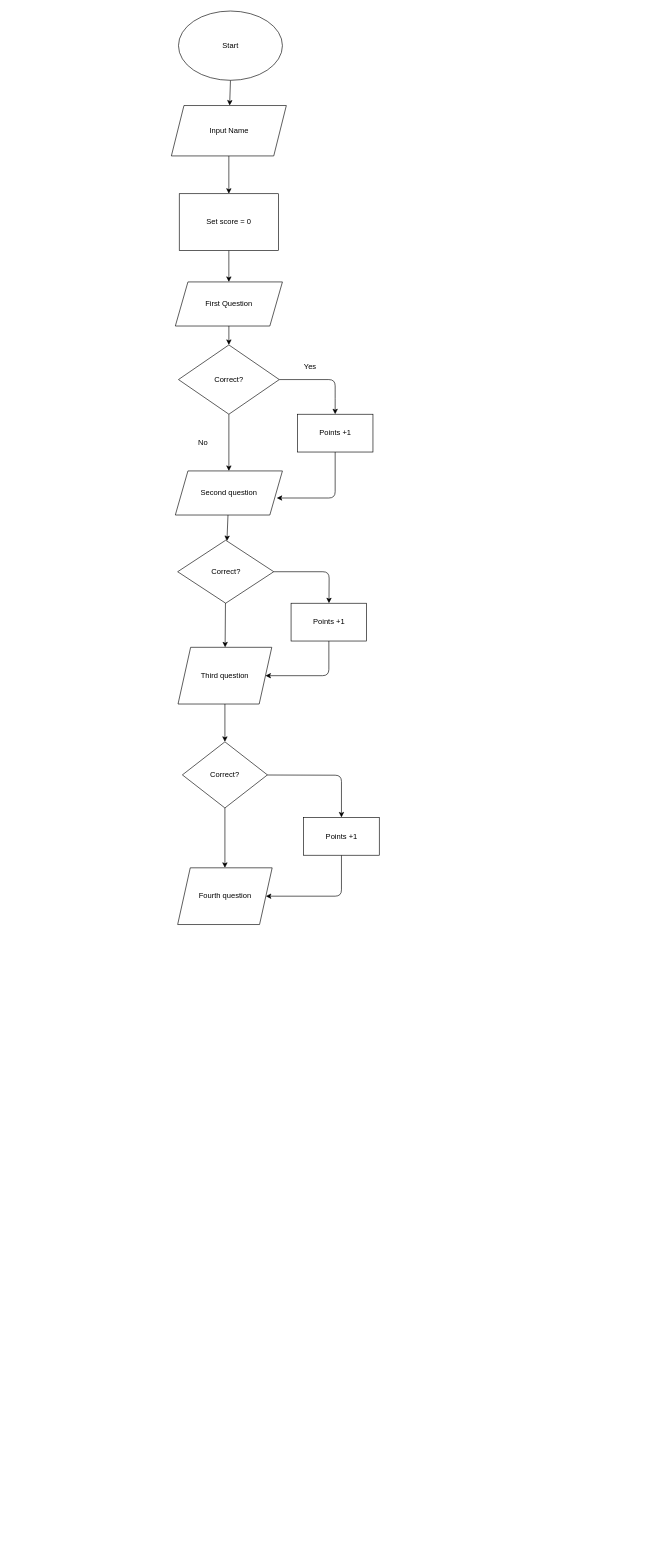
The draw.io diagram flowchart.drawio in ASDAH-Digtal/level-1-python-quiz-Vinz-A, before the edit. Source tidied: cells renumbered, new cells numbered last; positions are measured from the earlier drawing's top-left corner, leaving out a move shared by most shapes. Both pictures are drawn from the tidied source at 63%, with x=0, y=0 at pixel (171, 11).
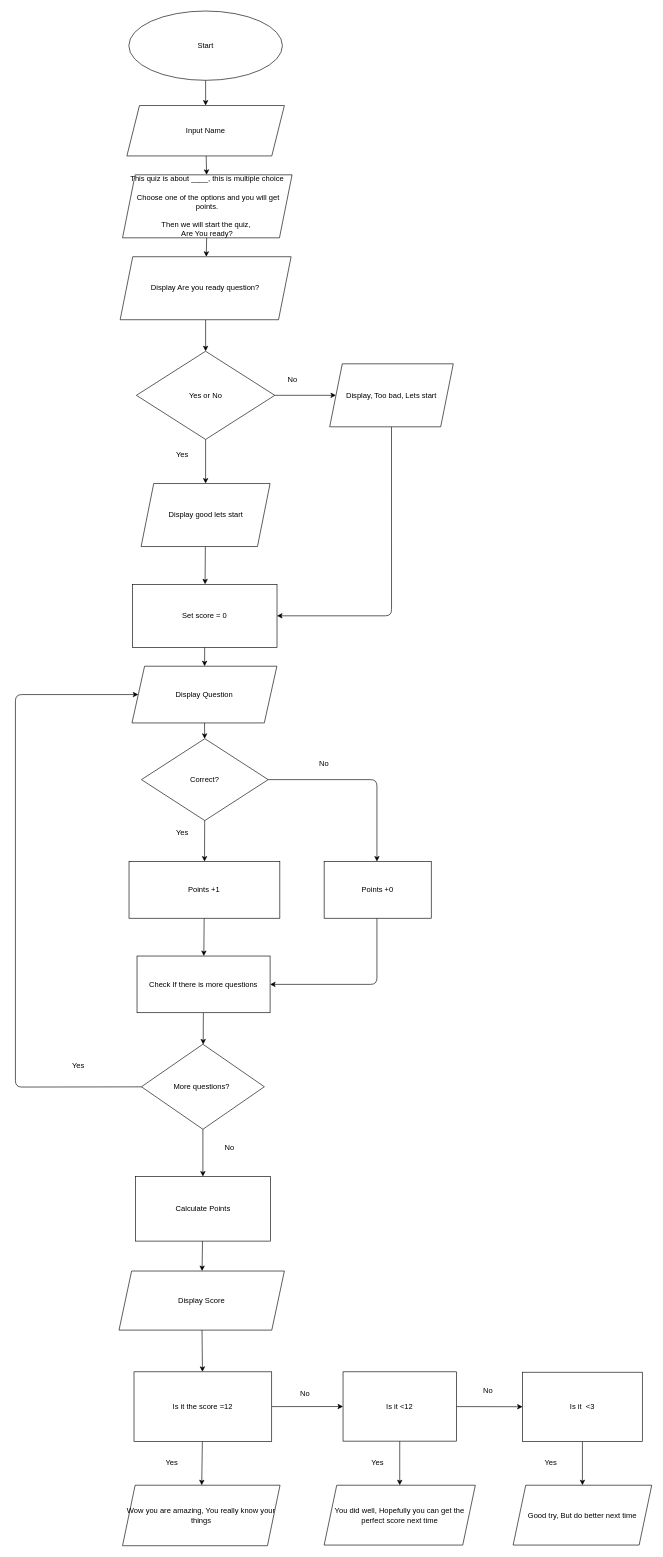
The same page after the edit.

Commit message:
Worked alot on Flowchart

Diff of the diagram source:
```diff
@@
     <mxCell id="3" value="Start" style="ellipse;whiteSpace=wrap;html=1;" parent="1" vertex="1">
-      <mxGeometry x="10.8" width="165" height="110" as="geometry" />
+      <mxGeometry x="-68" width="243.8" height="110" as="geometry" />
     </mxCell>
-    <mxCell id="4" style="edgeStyle=none;html=1;" parent="1" edge="1" source="5" target="7">
-      <mxGeometry relative="1" as="geometry" />
-    </mxCell>
+    <mxCell id="32" style="edgeStyle=none;html=1;" parent="1" edge="1" source="5" target="4">
+      <mxGeometry relative="1" as="geometry" />
+    </mxCell>
     <mxCell id="5" value="Input Name" style="shape=parallelogram;perimeter=parallelogramPerimeter;whiteSpace=wrap;html=1;fixedSize=1;" parent="1" vertex="1">
-      <mxGeometry x="-0.5" y="150" width="182.5" height="80" as="geometry" />
+      <mxGeometry x="-71.1" y="150" width="250" height="80" as="geometry" />
     </mxCell>
-    <mxCell id="6" style="edgeStyle=none;html=1;exitX=0.5;exitY=1;exitDx=0;exitDy=0;" parent="1" edge="1" source="7" target="9">
+    <mxCell id="6" style="edgeStyle=none;html=1;" parent="1" edge="1" source="7" target="9">
       <mxGeometry relative="1" as="geometry" />
     </mxCell>
     <mxCell id="7" value="Set score = 0" style="rounded=0;whiteSpace=wrap;html=1;" parent="1" vertex="1">
-      <mxGeometry x="12" y="290" width="157.5" height="90" as="geometry" />
+      <mxGeometry x="-61.9" y="910" width="229.1" height="100" as="geometry" />
     </mxCell>
@@
-    <mxCell id="9" value="First Question" style="shape=parallelogram;perimeter=parallelogramPerimeter;whiteSpace=wrap;html=1;fixedSize=1;" parent="1" vertex="1">
-      <mxGeometry x="5.8" y="430" width="170" height="70" as="geometry" />
+    <mxCell id="9" value="Display Question" style="shape=parallelogram;perimeter=parallelogramPerimeter;whiteSpace=wrap;html=1;fixedSize=1;" parent="1" vertex="1">
+      <mxGeometry x="-63" y="1040" width="230" height="90" as="geometry" />
     </mxCell>
-    <mxCell id="10" style="edgeStyle=none;html=1;" parent="1" edge="1" source="12" target="14">
-      <mxGeometry relative="1" as="geometry">
-        <Array as="points">
-          <mxPoint x="259.5" y="585" />
-          <mxPoint x="259.5" y="605" />
-        </Array>
-      </mxGeometry>
-    </mxCell>
-    <mxCell id="11" style="edgeStyle=none;html=1;" parent="1" edge="1" source="12" target="16">
-      <mxGeometry relative="1" as="geometry" />
-    </mxCell>
+    <mxCell id="33" style="edgeStyle=none;html=1;" parent="1" edge="1" source="12" target="38">
+      <mxGeometry relative="1" as="geometry" />
+    </mxCell>
+    <mxCell id="34" style="edgeStyle=none;html=1;" parent="1" edge="1" source="12">
+      <mxGeometry relative="1" as="geometry">
+        <mxPoint x="325.8" y="1350" as="targetPoint" />
+        <Array as="points">
+          <mxPoint x="325.8" y="1220" />
+        </Array>
+      </mxGeometry>
+    </mxCell>
     <mxCell id="12" value="Correct?" style="rhombus;whiteSpace=wrap;html=1;" parent="1" vertex="1">
-      <mxGeometry x="10.8" y="530" width="160" height="110" as="geometry" />
+      <mxGeometry x="-48" y="1155" width="201.2" height="130" as="geometry" />
     </mxCell>
-    <mxCell id="13" style="edgeStyle=none;html=1;entryX=0.947;entryY=0.614;entryDx=0;entryDy=0;entryPerimeter=0;" parent="1" edge="1" source="14" target="16">
-      <mxGeometry relative="1" as="geometry">
-        <Array as="points">
-          <mxPoint x="259.5" y="773" />
-        </Array>
-      </mxGeometry>
-    </mxCell>
+    <mxCell id="35" style="edgeStyle=none;html=1;entryX=1;entryY=0.5;entryDx=0;entryDy=0;" parent="1" edge="1" target="41">
+      <mxGeometry relative="1" as="geometry">
+        <mxPoint x="325.8" y="1440" as="sourcePoint" />
+        <Array as="points">
+          <mxPoint x="325.8" y="1545" />
+        </Array>
+      </mxGeometry>
+    </mxCell>
-    <mxCell id="14" value="Points +1" style="whiteSpace=wrap;html=1;" parent="1" vertex="1">
-      <mxGeometry x="199.5" y="640" width="120" height="60" as="geometry" />
+    <mxCell id="14" value="Points +0" style="whiteSpace=wrap;html=1;" parent="1" vertex="1">
+      <mxGeometry x="242" y="1350" width="170" height="90" as="geometry" />
     </mxCell>
-    <mxCell id="15" style="edgeStyle=none;html=1;" parent="1" edge="1" source="16" target="21">
-      <mxGeometry relative="1" as="geometry" />
-    </mxCell>
-    <mxCell id="16" value="Second question" style="shape=parallelogram;perimeter=parallelogramPerimeter;whiteSpace=wrap;html=1;fixedSize=1;" parent="1" vertex="1">
-      <mxGeometry x="5.8" y="730" width="170" height="70" as="geometry" />
-    </mxCell>
     <mxCell id="17" value="Yes" style="text;html=1;strokeColor=none;fillColor=none;align=center;verticalAlign=middle;whiteSpace=wrap;rounded=0;" parent="1" vertex="1">
-      <mxGeometry x="189.5" y="550" width="60" height="30" as="geometry" />
+      <mxGeometry x="-13" y="1290" width="60" height="30" as="geometry" />
     </mxCell>
-    <mxCell id="18" value="No" style="text;html=1;strokeColor=none;fillColor=none;align=center;verticalAlign=middle;whiteSpace=wrap;rounded=0;" parent="1" vertex="1">
-      <mxGeometry x="19.5" y="670" width="60" height="30" as="geometry" />
-    </mxCell>
-    <mxCell id="19" style="edgeStyle=none;html=1;" parent="1" edge="1" source="21" target="23">
-      <mxGeometry relative="1" as="geometry">
-        <Array as="points">
-          <mxPoint x="250" y="890" />
-        </Array>
-      </mxGeometry>
-    </mxCell>
-    <mxCell id="20" style="edgeStyle=none;html=1;" parent="1" edge="1" source="21" target="25">
-      <mxGeometry relative="1" as="geometry" />
-    </mxCell>
-    <mxCell id="21" value="Correct?" style="rhombus;whiteSpace=wrap;html=1;" parent="1" vertex="1">
-      <mxGeometry x="9.5" y="840" width="152.5" height="100" as="geometry" />
-    </mxCell>
-    <mxCell id="22" style="edgeStyle=none;html=1;entryX=1;entryY=0.5;entryDx=0;entryDy=0;" parent="1" edge="1" source="23" target="25">
-      <mxGeometry relative="1" as="geometry">
-        <Array as="points">
-          <mxPoint x="249.5" y="1055" />
-        </Array>
-      </mxGeometry>
-    </mxCell>
-    <mxCell id="23" value="Points +1" style="whiteSpace=wrap;html=1;" parent="1" vertex="1">
-      <mxGeometry x="189.5" y="940" width="120" height="60" as="geometry" />
-    </mxCell>
-    <mxCell id="24" style="edgeStyle=none;html=1;" parent="1" edge="1" source="25" target="28">
-      <mxGeometry relative="1" as="geometry" />
-    </mxCell>
-    <mxCell id="25" value="Third question" style="shape=parallelogram;perimeter=parallelogramPerimeter;whiteSpace=wrap;html=1;fixedSize=1;" parent="1" vertex="1">
-      <mxGeometry x="10.1" y="1010" width="148.8" height="90" as="geometry" />
-    </mxCell>
-    <mxCell id="26" style="edgeStyle=none;html=1;" parent="1" edge="1" source="28" target="30">
-      <mxGeometry relative="1" as="geometry">
-        <Array as="points">
-          <mxPoint x="269.5" y="1213" />
-        </Array>
-      </mxGeometry>
-    </mxCell>
-    <mxCell id="27" style="edgeStyle=none;html=1;" parent="1" edge="1" source="28" target="31">
-      <mxGeometry relative="1" as="geometry" />
-    </mxCell>
-    <mxCell id="28" value="Correct?" style="rhombus;whiteSpace=wrap;html=1;" parent="1" vertex="1">
-      <mxGeometry x="17" y="1160" width="135" height="105" as="geometry" />
-    </mxCell>
-    <mxCell id="29" style="edgeStyle=none;html=1;exitX=0.5;exitY=1;exitDx=0;exitDy=0;entryX=1;entryY=0.5;entryDx=0;entryDy=0;" parent="1" edge="1" source="30" target="31">
-      <mxGeometry relative="1" as="geometry">
-        <Array as="points">
-          <mxPoint x="269.5" y="1405" />
-        </Array>
-      </mxGeometry>
-    </mxCell>
-    <mxCell id="30" value="Points +1" style="whiteSpace=wrap;html=1;" parent="1" vertex="1">
-      <mxGeometry x="209.5" y="1280" width="120" height="60" as="geometry" />
-    </mxCell>
-    <mxCell id="31" value="Fourth question" style="shape=parallelogram;perimeter=parallelogramPerimeter;whiteSpace=wrap;html=1;fixedSize=1;" parent="1" vertex="1">
-      <mxGeometry x="9.5" y="1360" width="150" height="90" as="geometry" />
-    </mxCell>
+    <mxCell id="36" style="edgeStyle=none;html=1;" parent="1" edge="1" source="4" target="43">
+      <mxGeometry relative="1" as="geometry" />
+    </mxCell>
+    <mxCell id="4" value="This quiz is about ____, this is multiple choice&lt;br&gt;&lt;br&gt;&amp;nbsp;Choose one of the options and you will get points.&lt;br&gt;&lt;br&gt;Then we will start the quiz,&amp;nbsp;&lt;br&gt;Are You ready?" style="shape=parallelogram;perimeter=parallelogramPerimeter;whiteSpace=wrap;html=1;fixedSize=1;" parent="1" vertex="1">
+      <mxGeometry x="-78" y="260" width="269.1" height="100" as="geometry" />
+    </mxCell>
+    <mxCell id="37" style="edgeStyle=none;html=1;" parent="1" edge="1" source="38" target="41">
+      <mxGeometry relative="1" as="geometry" />
+    </mxCell>
+    <mxCell id="38" value="Points +1" style="rounded=0;whiteSpace=wrap;html=1;" parent="1" vertex="1">
+      <mxGeometry x="-67.7" y="1350" width="239.4" height="90" as="geometry" />
+    </mxCell>
+    <mxCell id="39" value="No" style="text;html=1;strokeColor=none;fillColor=none;align=center;verticalAlign=middle;whiteSpace=wrap;rounded=0;" parent="1" vertex="1">
+      <mxGeometry x="212" y="1180" width="60" height="30" as="geometry" />
+    </mxCell>
+    <mxCell id="40" style="edgeStyle=none;html=1;" parent="1" edge="1" source="41" target="55">
+      <mxGeometry relative="1" as="geometry" />
+    </mxCell>
+    <mxCell id="41" value="Check If there is more questions" style="whiteSpace=wrap;html=1;" parent="1" vertex="1">
+      <mxGeometry x="-55" y="1500" width="211.2" height="90" as="geometry" />
+    </mxCell>
+    <mxCell id="42" style="edgeStyle=none;html=1;" parent="1" edge="1" source="43" target="46">
+      <mxGeometry relative="1" as="geometry" />
+    </mxCell>
+    <mxCell id="43" value="Display Are you ready question?" style="shape=parallelogram;perimeter=parallelogramPerimeter;whiteSpace=wrap;html=1;fixedSize=1;" parent="1" vertex="1">
+      <mxGeometry x="-81.8" y="390" width="271.4" height="100" as="geometry" />
+    </mxCell>
+    <mxCell id="44" style="edgeStyle=none;html=1;" parent="1" edge="1" source="46" target="48">
+      <mxGeometry relative="1" as="geometry" />
+    </mxCell>
+    <mxCell id="45" style="edgeStyle=none;html=1;" parent="1" edge="1" source="46" target="50">
+      <mxGeometry relative="1" as="geometry" />
+    </mxCell>
+    <mxCell id="46" value="Yes or No" style="rhombus;whiteSpace=wrap;html=1;" parent="1" vertex="1">
+      <mxGeometry x="-56" y="540" width="219.7" height="140" as="geometry" />
+    </mxCell>
+    <mxCell id="47" style="edgeStyle=none;html=1;entryX=1;entryY=0.5;entryDx=0;entryDy=0;" parent="1" edge="1" source="48" target="7">
+      <mxGeometry relative="1" as="geometry">
+        <Array as="points">
+          <mxPoint x="349" y="960" />
+        </Array>
+      </mxGeometry>
+    </mxCell>
+    <mxCell id="48" value="Display, Too bad, Lets start" style="shape=parallelogram;perimeter=parallelogramPerimeter;whiteSpace=wrap;html=1;fixedSize=1;" parent="1" vertex="1">
+      <mxGeometry x="250.8" y="560" width="196.2" height="100" as="geometry" />
+    </mxCell>
+    <mxCell id="49" style="edgeStyle=none;html=1;" parent="1" edge="1" source="50" target="7">
+      <mxGeometry relative="1" as="geometry" />
+    </mxCell>
+    <mxCell id="50" value="Display good lets start" style="shape=parallelogram;perimeter=parallelogramPerimeter;whiteSpace=wrap;html=1;fixedSize=1;" parent="1" vertex="1">
+      <mxGeometry x="-48.5" y="750" width="204.7" height="100" as="geometry" />
+    </mxCell>
+    <mxCell id="51" value="No" style="text;html=1;strokeColor=none;fillColor=none;align=center;verticalAlign=middle;whiteSpace=wrap;rounded=0;" parent="1" vertex="1">
+      <mxGeometry x="162" y="570" width="60" height="30" as="geometry" />
+    </mxCell>
+    <mxCell id="52" value="Yes" style="text;html=1;strokeColor=none;fillColor=none;align=center;verticalAlign=middle;whiteSpace=wrap;rounded=0;" parent="1" vertex="1">
+      <mxGeometry x="-13" y="690" width="60" height="30" as="geometry" />
+    </mxCell>
+    <mxCell id="53" style="edgeStyle=none;html=1;entryX=0;entryY=0.5;entryDx=0;entryDy=0;" parent="1" edge="1" source="55" target="9">
+      <mxGeometry relative="1" as="geometry">
+        <Array as="points">
+          <mxPoint x="-248" y="1708" />
+          <mxPoint x="-248" y="1085" />
+        </Array>
+      </mxGeometry>
+    </mxCell>
+    <mxCell id="54" style="edgeStyle=none;html=1;" parent="1" edge="1" source="55" target="58">
+      <mxGeometry relative="1" as="geometry" />
+    </mxCell>
+    <mxCell id="55" value="More questions?&amp;nbsp;" style="rhombus;whiteSpace=wrap;html=1;" parent="1" vertex="1">
+      <mxGeometry x="-48" y="1640" width="195.1" height="135" as="geometry" />
+    </mxCell>
+    <mxCell id="56" value="Yes" style="text;html=1;strokeColor=none;fillColor=none;align=center;verticalAlign=middle;whiteSpace=wrap;rounded=0;" parent="1" vertex="1">
+      <mxGeometry x="-178" y="1660" width="60" height="30" as="geometry" />
+    </mxCell>
+    <mxCell id="57" style="edgeStyle=none;html=1;" parent="1" edge="1" source="58" target="61">
+      <mxGeometry relative="1" as="geometry" />
+    </mxCell>
+    <mxCell id="58" value="Calculate Points" style="whiteSpace=wrap;html=1;" parent="1" vertex="1">
+      <mxGeometry x="-57.5" y="1850" width="214.1" height="102.5" as="geometry" />
+    </mxCell>
+    <mxCell id="59" value="No" style="text;html=1;strokeColor=none;fillColor=none;align=center;verticalAlign=middle;whiteSpace=wrap;rounded=0;" parent="1" vertex="1">
+      <mxGeometry x="62" y="1790" width="60" height="30" as="geometry" />
+    </mxCell>
+    <mxCell id="60" style="edgeStyle=none;html=1;" parent="1" edge="1" source="61" target="64">
+      <mxGeometry relative="1" as="geometry" />
+    </mxCell>
+    <mxCell id="61" value="Display Score" style="shape=parallelogram;perimeter=parallelogramPerimeter;whiteSpace=wrap;html=1;fixedSize=1;" parent="1" vertex="1">
+      <mxGeometry x="-83.6" y="2000" width="262.5" height="93.8" as="geometry" />
+    </mxCell>
+    <mxCell id="62" style="edgeStyle=none;html=1;" parent="1" edge="1" source="64" target="65">
+      <mxGeometry relative="1" as="geometry" />
+    </mxCell>
+    <mxCell id="63" style="edgeStyle=none;html=1;" parent="1" edge="1" source="64" target="69">
+      <mxGeometry relative="1" as="geometry" />
+    </mxCell>
+    <mxCell id="64" value="Is it the score =12" style="whiteSpace=wrap;html=1;" parent="1" vertex="1">
+      <mxGeometry x="-59.8" y="2160" width="218.6" height="110.6" as="geometry" />
+    </mxCell>
+    <mxCell id="65" value="Wow you are amazing, You really know your things" style="shape=parallelogram;perimeter=parallelogramPerimeter;whiteSpace=wrap;html=1;fixedSize=1;" parent="1" vertex="1">
+      <mxGeometry x="-78" y="2340" width="250" height="96" as="geometry" />
+    </mxCell>
+    <mxCell id="66" value="Yes&amp;nbsp;" style="text;html=1;strokeColor=none;fillColor=none;align=center;verticalAlign=middle;whiteSpace=wrap;rounded=0;" parent="1" vertex="1">
+      <mxGeometry x="-28" y="2290" width="60" height="30" as="geometry" />
+    </mxCell>
+    <mxCell id="67" style="edgeStyle=none;html=1;" parent="1" edge="1" source="69" target="71">
+      <mxGeometry relative="1" as="geometry" />
+    </mxCell>
+    <mxCell id="68" style="edgeStyle=none;html=1;" parent="1" edge="1" source="69" target="73">
+      <mxGeometry relative="1" as="geometry" />
+    </mxCell>
+    <mxCell id="69" value="Is it &amp;lt;12" style="whiteSpace=wrap;html=1;" parent="1" vertex="1">
+      <mxGeometry x="272" y="2160" width="180" height="110" as="geometry" />
+    </mxCell>
+    <mxCell id="70" value="No" style="text;html=1;strokeColor=none;fillColor=none;align=center;verticalAlign=middle;whiteSpace=wrap;rounded=0;" parent="1" vertex="1">
+      <mxGeometry x="182" y="2180" width="60" height="30" as="geometry" />
+    </mxCell>
+    <mxCell id="71" value="You did well, Hopefully you can get the perfect score next time" style="shape=parallelogram;perimeter=parallelogramPerimeter;whiteSpace=wrap;html=1;fixedSize=1;" parent="1" vertex="1">
+      <mxGeometry x="242" y="2340" width="240" height="95" as="geometry" />
+    </mxCell>
+    <mxCell id="72" style="edgeStyle=none;html=1;" parent="1" edge="1" source="73" target="74">
+      <mxGeometry relative="1" as="geometry" />
+    </mxCell>
+    <mxCell id="73" value="Is it&amp;nbsp; &amp;lt;3" style="whiteSpace=wrap;html=1;" parent="1" vertex="1">
+      <mxGeometry x="557" y="2160.6" width="190" height="110" as="geometry" />
+    </mxCell>
+    <mxCell id="74" value="Good try, But do better next time" style="shape=parallelogram;perimeter=parallelogramPerimeter;whiteSpace=wrap;html=1;fixedSize=1;" parent="1" vertex="1">
+      <mxGeometry x="542" y="2340" width="220" height="95" as="geometry" />
+    </mxCell>
+    <mxCell id="75" value="No" style="text;html=1;align=center;verticalAlign=middle;strokeColor=none;fillColor=none;" parent="1" vertex="1">
+      <mxGeometry x="487" y="2180" width="30" height="20" as="geometry" />
+    </mxCell>
+    <mxCell id="76" value="Yes" style="text;html=1;strokeColor=none;fillColor=none;align=center;verticalAlign=middle;whiteSpace=wrap;rounded=0;" parent="1" vertex="1">
+      <mxGeometry x="297" y="2290" width="60" height="30" as="geometry" />
+    </mxCell>
+    <mxCell id="77" value="Yes" style="text;html=1;strokeColor=none;fillColor=none;align=center;verticalAlign=middle;whiteSpace=wrap;rounded=0;" parent="1" vertex="1">
+      <mxGeometry x="572" y="2290" width="60" height="30" as="geometry" />
+    </mxCell>
```
